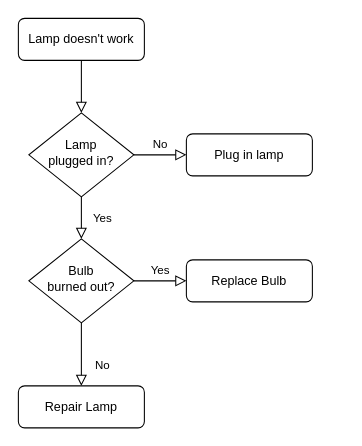
Above: Untitled Diagram.drawio in ListenFeng/ListenFeng.github.io (draw.io), before the change. Source tidied: cells renumbered, new cells numbered last; positions are measured from the earlier drawing's top-left corner, leaving out a move shared by most shapes. Both pictures are drawn from the tidied source at 105%, with x=0, y=0 at pixel (18, 18).
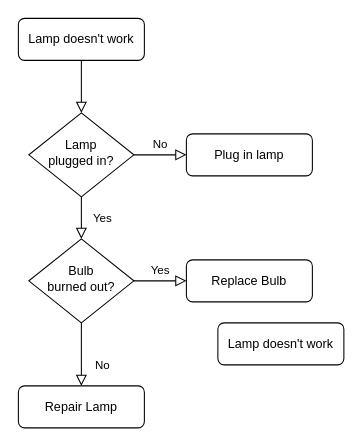
Above is the later version.

The edit, as a diff of the source:
```diff
@@
 <mxGraphModel>
   <root>
     <mxCell id="0" />
     <mxCell id="1" parent="0" />
     <mxCell id="2" style="rounded=0;html=1;jettySize=auto;fontSize=11;endArrow=block;endFill=0;endSize=8;strokeWidth=1;shadow=0;labelBackgroundColor=none;edgeStyle=orthogonalEdgeStyle;" parent="1" edge="1" source="3" target="6">
       <mxGeometry relative="1" as="geometry" />
     </mxCell>
     <mxCell id="3" value="Lamp doesn't work" style="rounded=1;whiteSpace=wrap;html=1;fontSize=12;glass=0;strokeWidth=1;shadow=0;" parent="1" vertex="1">
       <mxGeometry width="120" height="40" as="geometry" />
     </mxCell>
     <mxCell id="4" value="Yes" style="rounded=0;html=1;jettySize=auto;fontSize=11;endArrow=block;endFill=0;endSize=8;strokeWidth=1;shadow=0;labelBackgroundColor=none;edgeStyle=orthogonalEdgeStyle;" parent="1" edge="1" source="6" target="10">
       <mxGeometry y="20" relative="1" as="geometry" />
     </mxCell>
     <mxCell id="5" value="No" style="edgeStyle=orthogonalEdgeStyle;rounded=0;html=1;jettySize=auto;fontSize=11;endArrow=block;endFill=0;endSize=8;strokeWidth=1;shadow=0;labelBackgroundColor=none;" parent="1" edge="1" source="6" target="7">
       <mxGeometry y="10" relative="1" as="geometry" />
     </mxCell>
     <mxCell id="6" value="Lamp&lt;br&gt;plugged in?" style="rhombus;whiteSpace=wrap;html=1;shadow=0;fontFamily=Helvetica;fontSize=12;align=center;strokeWidth=1;spacing=6;spacingTop=-4;" parent="1" vertex="1">
       <mxGeometry x="10" y="90" width="100" height="80" as="geometry" />
     </mxCell>
     <mxCell id="7" value="Plug in lamp" style="rounded=1;whiteSpace=wrap;html=1;fontSize=12;glass=0;strokeWidth=1;shadow=0;" parent="1" vertex="1">
       <mxGeometry x="160" y="110" width="120" height="40" as="geometry" />
     </mxCell>
     <mxCell id="8" value="No" style="rounded=0;html=1;jettySize=auto;fontSize=11;endArrow=block;endFill=0;endSize=8;strokeWidth=1;shadow=0;labelBackgroundColor=none;edgeStyle=orthogonalEdgeStyle;" parent="1" edge="1" source="10" target="11">
       <mxGeometry x="0.33" y="20" relative="1" as="geometry" />
     </mxCell>
     <mxCell id="9" value="Yes" style="edgeStyle=orthogonalEdgeStyle;rounded=0;html=1;jettySize=auto;fontSize=11;endArrow=block;endFill=0;endSize=8;strokeWidth=1;shadow=0;labelBackgroundColor=none;" parent="1" edge="1" source="10" target="12">
       <mxGeometry y="10" relative="1" as="geometry" />
     </mxCell>
     <mxCell id="10" value="Bulb&lt;br&gt;burned out?" style="rhombus;whiteSpace=wrap;html=1;shadow=0;fontFamily=Helvetica;fontSize=12;align=center;strokeWidth=1;spacing=6;spacingTop=-4;" parent="1" vertex="1">
       <mxGeometry x="10" y="210" width="100" height="80" as="geometry" />
     </mxCell>
     <mxCell id="11" value="Repair Lamp" style="rounded=1;whiteSpace=wrap;html=1;fontSize=12;glass=0;strokeWidth=1;shadow=0;" parent="1" vertex="1">
       <mxGeometry y="350" width="120" height="40" as="geometry" />
     </mxCell>
     <mxCell id="12" value="Replace Bulb" style="rounded=1;whiteSpace=wrap;html=1;fontSize=12;glass=0;strokeWidth=1;shadow=0;" parent="1" vertex="1">
       <mxGeometry x="160" y="230" width="120" height="40" as="geometry" />
     </mxCell>
+    <mxCell id="13" value="Lamp doesn't work" style="rounded=1;whiteSpace=wrap;html=1;fontSize=12;glass=0;strokeWidth=1;shadow=0;" parent="1" vertex="1">
+      <mxGeometry x="190" y="290" width="120" height="40" as="geometry" />
+    </mxCell>
   </root>
 </mxGraphModel>
```
